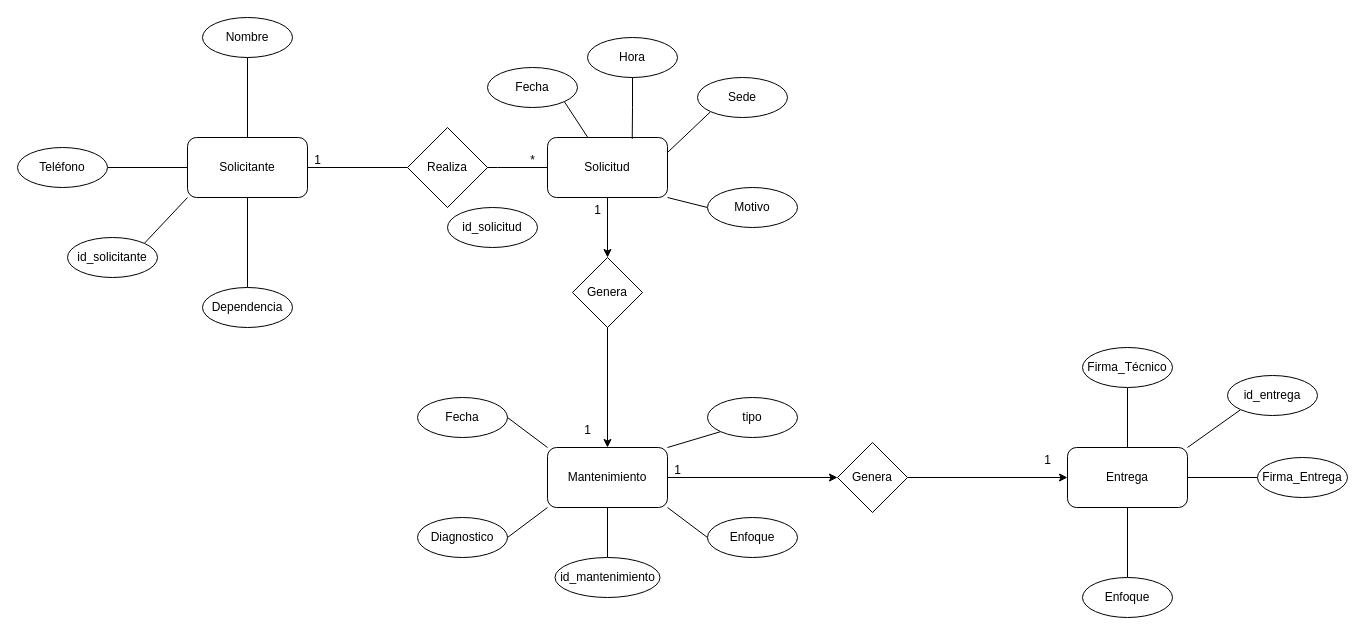
Above: E-R Model Software and hardware maintenance.drawio in DevKike/maintenance_management_system (draw.io), before the change. Source tidied: cells renumbered, new cells numbered last; positions are measured from the earlier drawing's top-left corner, leaving out a move shared by most shapes. Both pictures are drawn from the tidied source at 100%, with x=0, y=0 at pixel (17, 17).
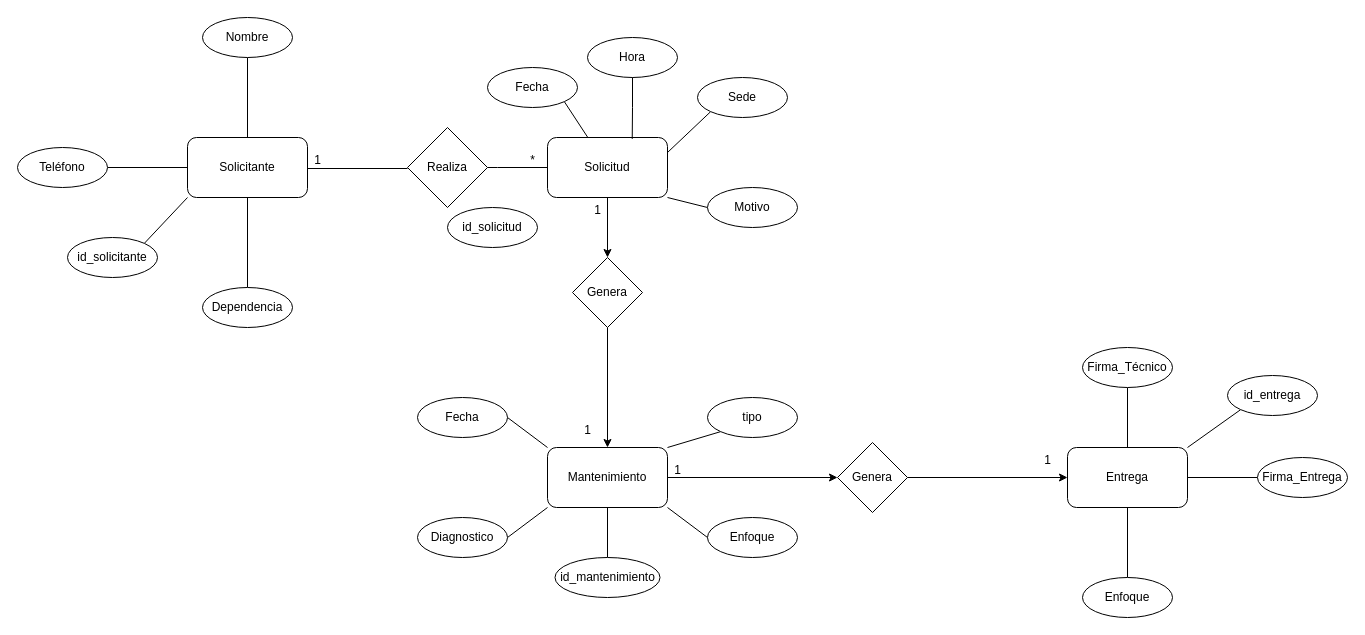
After the change.

The change refers to these unchanged cells:
```xml
<mxCell id="4" value="Solicitante" style="rounded=1;whiteSpace=wrap;html=1;" parent="1" vertex="1">
  <mxGeometry x="170" y="120" width="120" height="60" as="geometry" />
</mxCell>
<mxCell id="19" value="Realiza" style="rhombus;whiteSpace=wrap;html=1;" parent="1" vertex="1">
  <mxGeometry x="390" y="110" width="80" height="80" as="geometry" />
</mxCell>
```

What changed in the source:
```diff
@@
-    <mxCell id="2" style="edgeStyle=orthogonalEdgeStyle;rounded=0;jettySize=auto;html=1;endArrow=none;endFill=0;" parent="1" edge="1" source="4" target="19">
-      <mxGeometry relative="1" as="geometry" />
+    <mxCell id="2" style="edgeStyle=orthogonalEdgeStyle;rounded=0;orthogonalLoop=1;jettySize=auto;html=1;endArrow=none;endFill=0;" parent="1" edge="1">
+      <mxGeometry relative="1" as="geometry">
+        <mxPoint x="290" y="151" as="sourcePoint" />
+        <mxPoint x="390" y="151" as="targetPoint" />
+      </mxGeometry>
     </mxCell>
```
